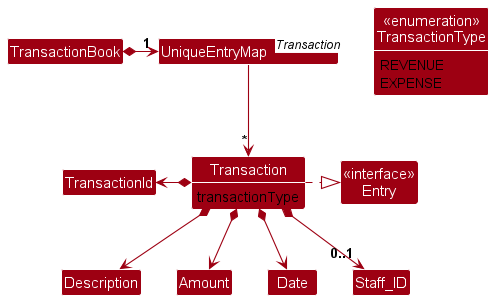
Earlier version of the PlantUML export docs/images/TransactionClassDiagram.png (nus-cs2103-AY2324S1/tp). Its diagram source:
```plantuml
@startuml
!include style.puml
skinparam arrowThickness 1.1
skinparam arrowColor MODEL_COLOR
skinparam classBackgroundColor MODEL_COLOR

show members
hide empty members

Class "UniqueEntryMap<Transaction>" as UniqueEntryMap_Transaction
Class "<<interface>>\nEntry" as Entry
Class "<<enumeration>>\nTransactionType" as TransactionType {
    REVENUE
    EXPENSE
}
Class Transaction {
    transactionType
}

TransactionBook *-right-> "1" UniqueEntryMap_Transaction

UniqueEntryMap_Transaction -down-> "*" Transaction

Transaction .right.|> Entry
Transaction *-left-> TransactionId
Transaction *--> Description
Transaction *--> Amount
Transaction *--> Date
Transaction *--> "0..1" Staff_ID

@enduml
```
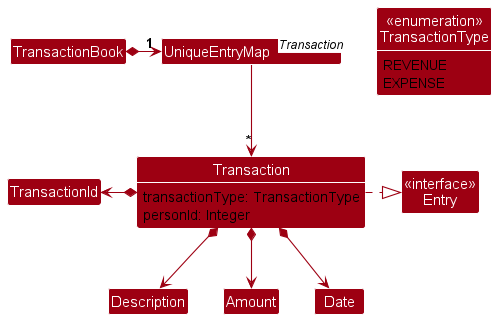
After the change.

Commit message:
Move personId to attribute

Diff of the diagram source:
```diff
@@ -14,7 +14,8 @@
     EXPENSE
 }
 Class Transaction {
-    transactionType
+    transactionType: TransactionType
+    personId: Integer
 }
 
 TransactionBook *-right-> "1" UniqueEntryMap_Transaction
@@ -26,6 +27,5 @@
 Transaction *--> Description
 Transaction *--> Amount
 Transaction *--> Date
-Transaction *--> "0..1" Staff_ID
 
 @enduml
```
